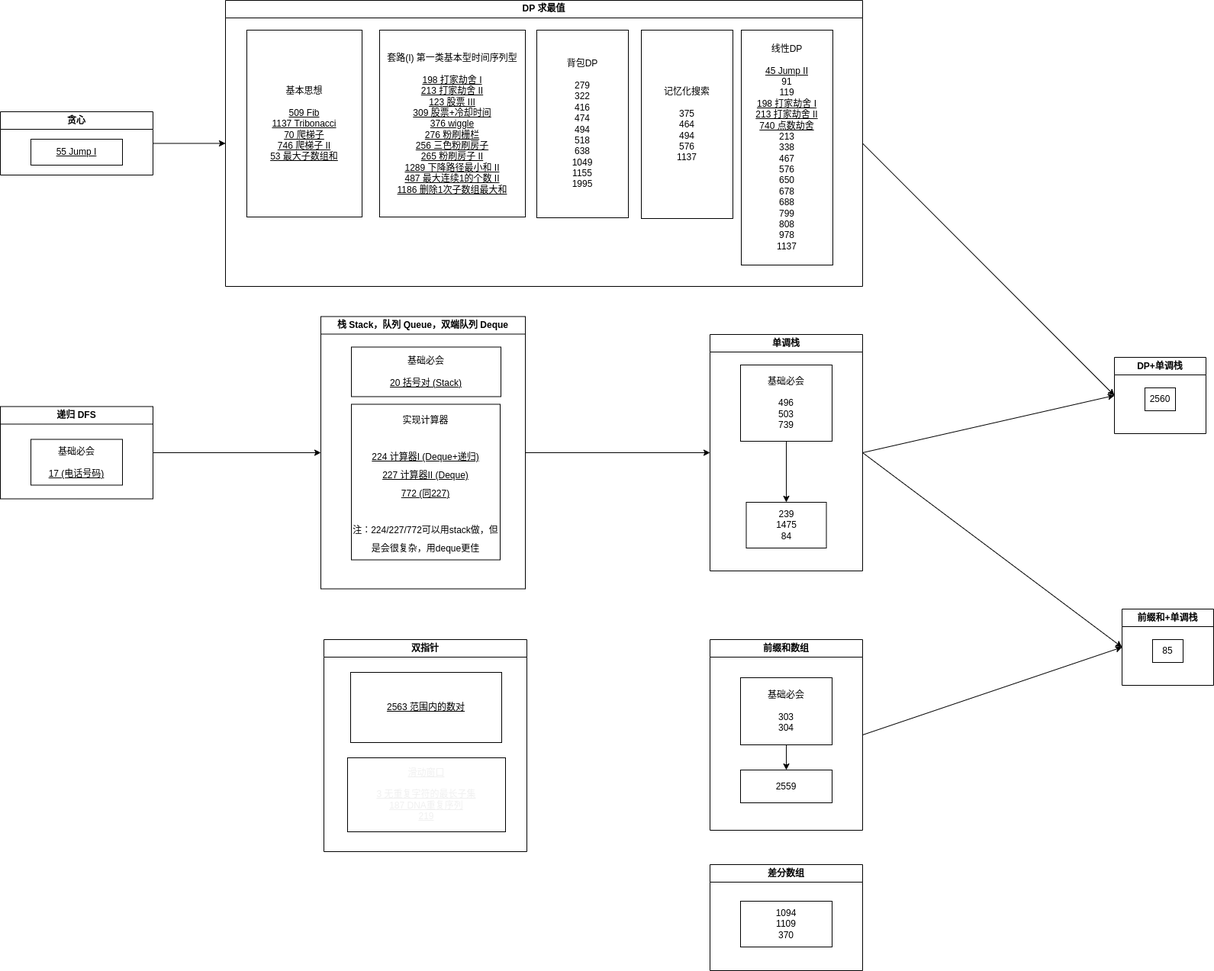
jssonx/algo-playground keeps this draw.io diagram as drawio/map.drawio.png. Above is the earlier version. Source tidied: cells renumbered, new cells last; positions are measured from the earlier drawing's top-left corner, leaving out a move shared by most shapes.
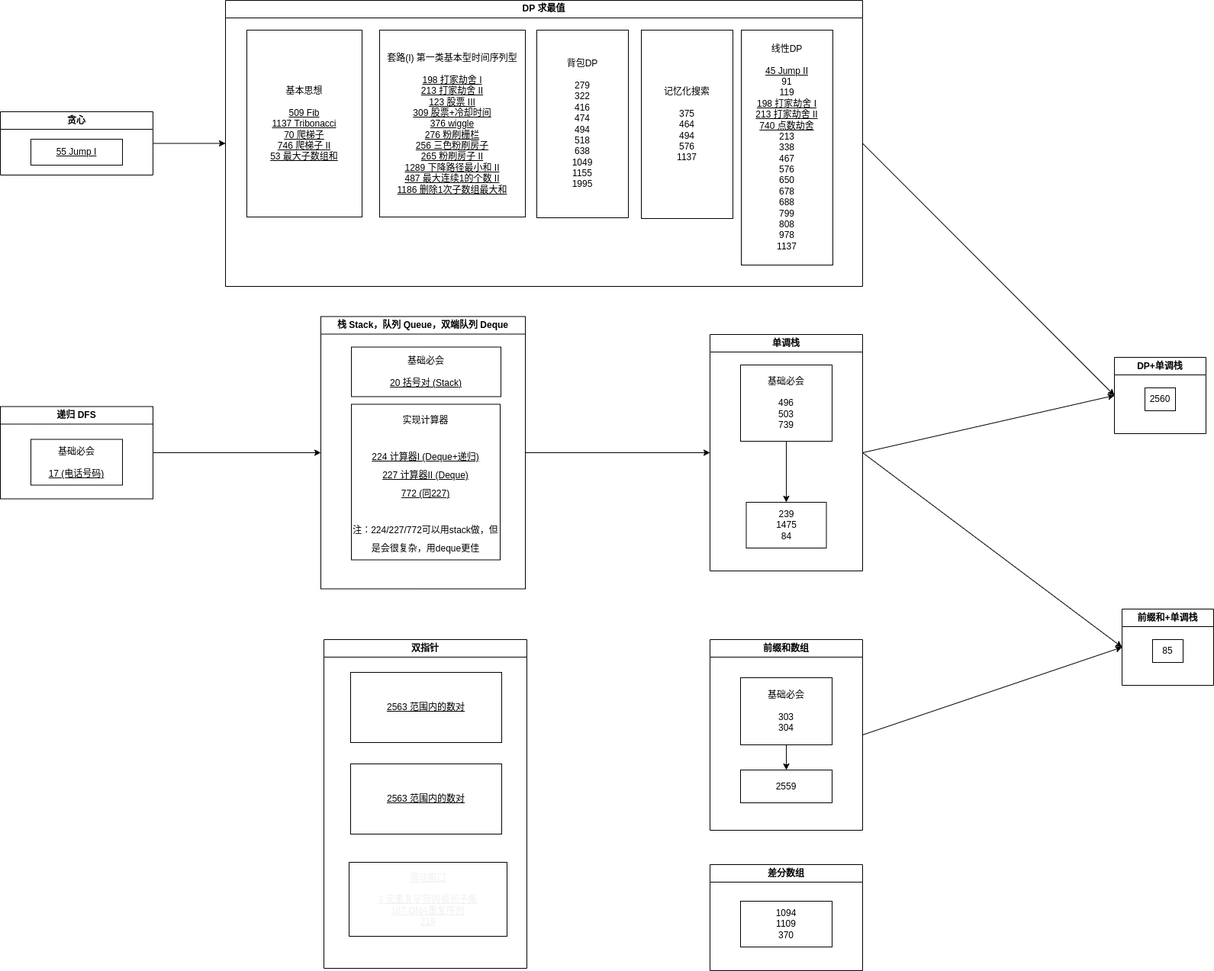
The same diagram one commit later.

Diff of the diagram source:
```diff
@@ -105,13 +105,16 @@
       <mxGeometry x="497" y="39" width="191" height="245" as="geometry" />
     </mxCell>
     <mxCell id="36" value="双指针" style="swimlane;whiteSpace=wrap;html=1;" parent="1" vertex="1">
-      <mxGeometry x="424" y="838" width="266" height="278" as="geometry" />
+      <mxGeometry x="424" y="838" width="266" height="431" as="geometry" />
     </mxCell>
     <mxCell id="37" value="&lt;u&gt;2563 范围内的数对&lt;br&gt;&lt;/u&gt;" style="whiteSpace=wrap;html=1;" parent="36" vertex="1">
       <mxGeometry x="35" y="43" width="198" height="92" as="geometry" />
     </mxCell>
     <mxCell id="38" value="&lt;u&gt;滑动窗口&lt;br&gt;&lt;br&gt;3 无重复字符的最长子集&lt;br&gt;187 DNA重复序列&lt;br&gt;219&lt;/u&gt;" style="whiteSpace=wrap;html=1;fontFamily=Helvetica;fontSize=12;fontColor=#F0F0F0;" parent="36" vertex="1">
-      <mxGeometry x="31" y="155" width="207" height="97" as="geometry" />
+      <mxGeometry x="33" y="292" width="207" height="97" as="geometry" />
     </mxCell>
+    <mxCell id="39" value="&lt;u&gt;2563 范围内的数对&lt;br&gt;&lt;/u&gt;" style="whiteSpace=wrap;html=1;" parent="36" vertex="1">
+      <mxGeometry x="35" y="163" width="198" height="92" as="geometry" />
+    </mxCell>
   </root>
 </mxGraphModel>
```
